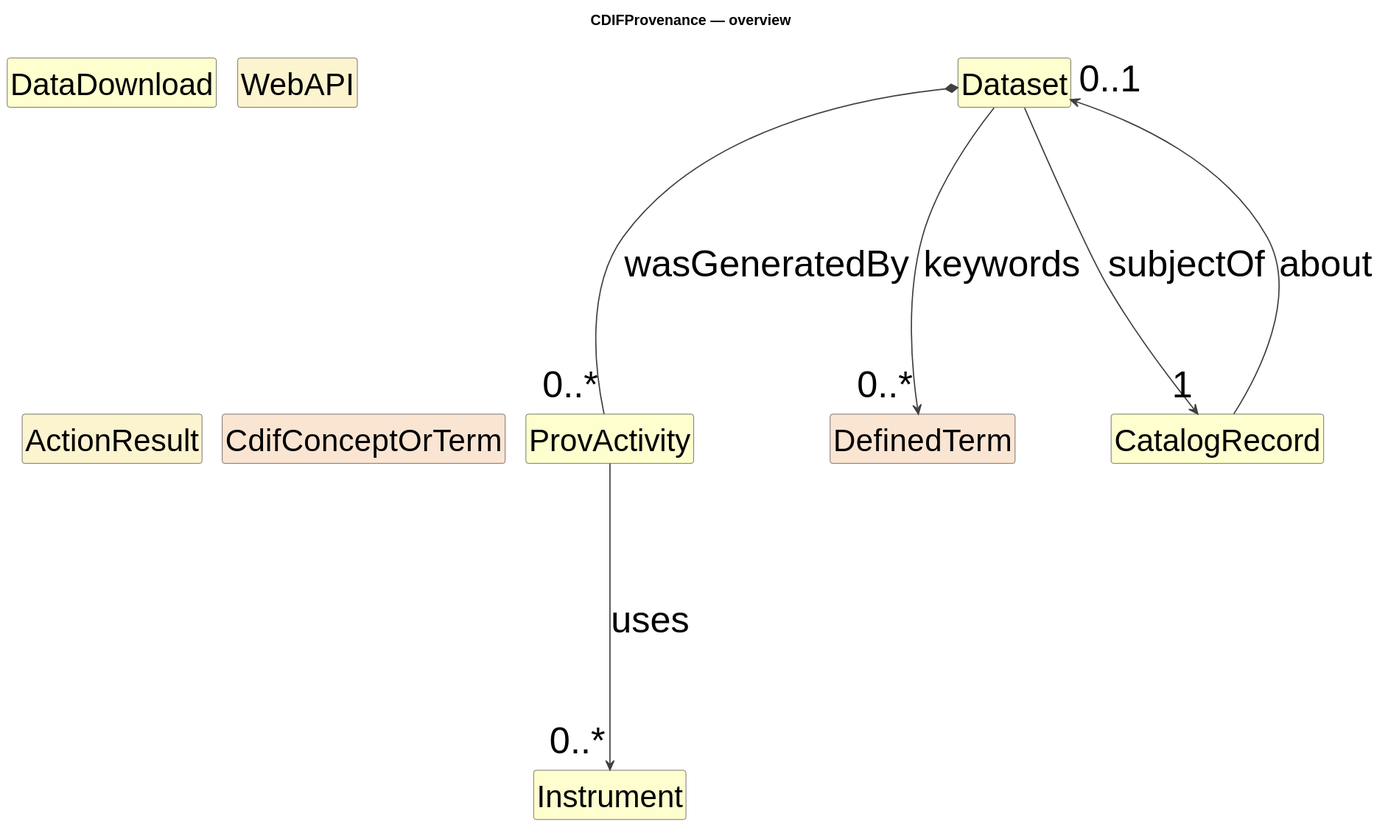
The PlantUML diagram cdif-uml-model/CDIFProvenance/index.local.svg in Cross-Domain-Interoperability-Framework/metadataBuildingBlocks, before a commit.
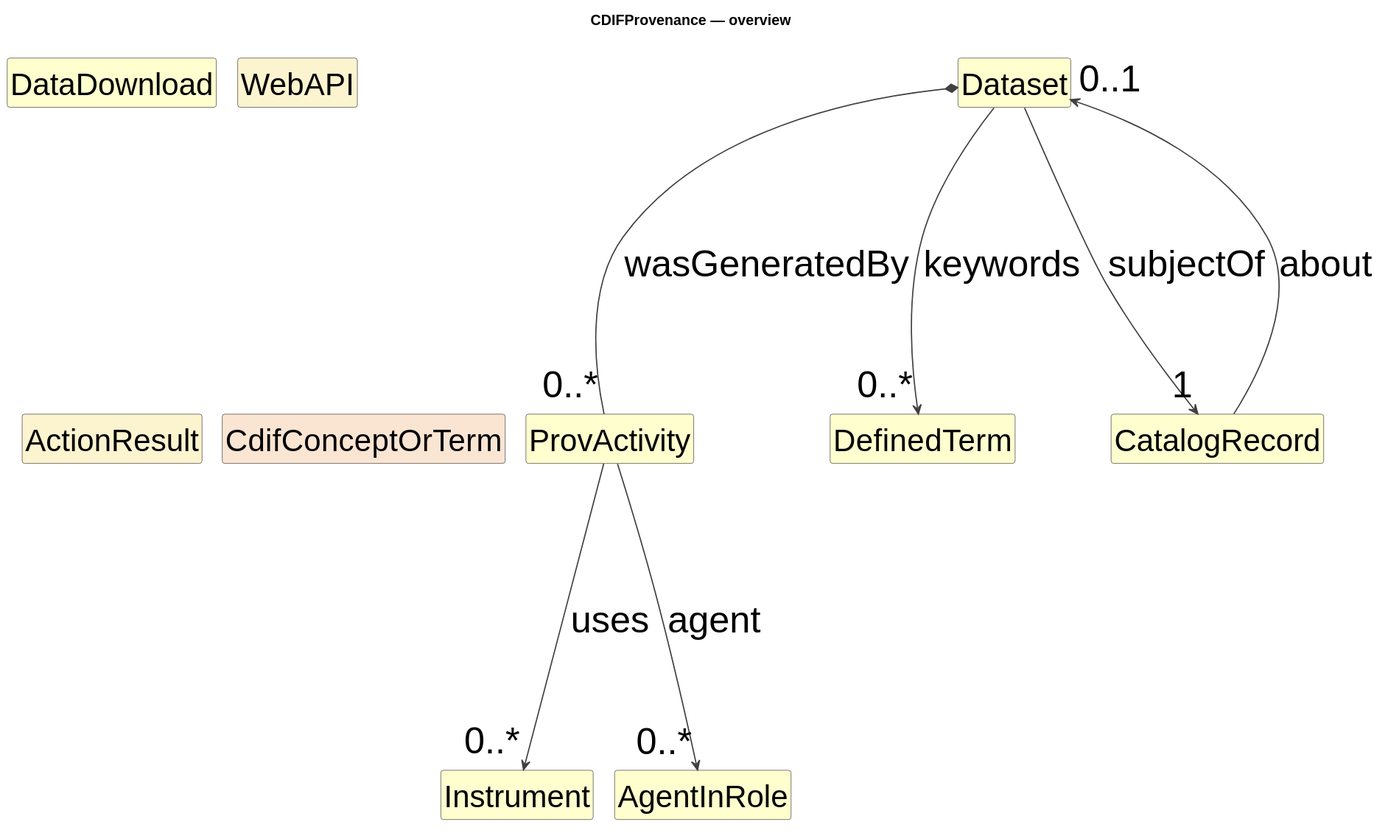
After the commit.

Diff of the diagram source:
```diff
@@ -16,14 +16,16 @@
 
 class "ProvActivity" as ProvActivity #FEFECE
 class "Instrument" as Instrument #FEFECE
+class "AgentInRole" as AgentInRole #FEFECE
 class "Dataset" as Dataset #FEFECE
 class "DataDownload" as DataDownload #FEFECE
 class "WebAPI" as WebAPI #FCF3CF
 class "ActionResult" as ActionResult #FCF3CF
-class "DefinedTerm" as DefinedTerm #FAE5D3
+class "DefinedTerm" as DefinedTerm #FEFECE
 class "CatalogRecord" as CatalogRecord #FEFECE
 class "CdifConceptOrTerm" as CdifConceptOrTerm #FAE5D3
 ProvActivity --> "0..*" Instrument : uses
+ProvActivity --> "0..*" AgentInRole : agent
 Dataset *-- "0..*" ProvActivity : wasGeneratedBy
 Dataset --> "1" CatalogRecord : subjectOf
 Dataset --> "0..*" DefinedTerm : keywords
```
